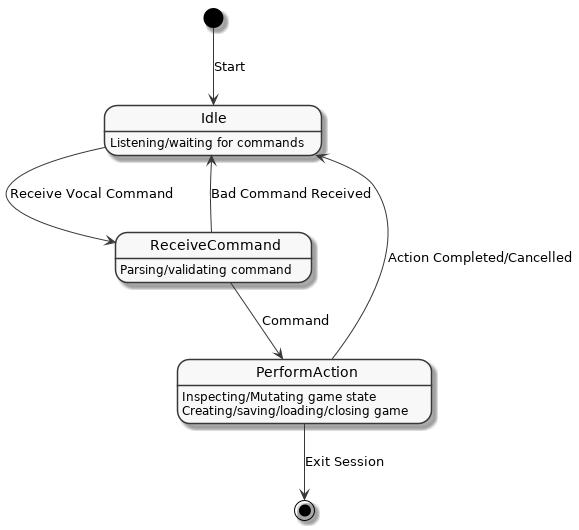
Before: session.png, a diagram exported from PlantUML (tvanslyke/accessible-chess-class-diagram). The source it was exported from:
```plantuml
@startuml

skinparam monochrome true

[*] --> Idle: Start

Idle --> ReceiveCommand: Receive Vocal Command

ReceiveCommand --> Idle: Bad Command Received


ReceiveCommand --> PerformAction: Command

PerformAction --> Idle: Action Completed/Cancelled

PerformAction --> [*]: Exit Session

Idle: Listening/waiting for commands

PerformAction: Inspecting/Mutating game state
PerformAction: Creating/saving/loading/closing game

ReceiveCommand: Parsing/validating command

@enduml
```
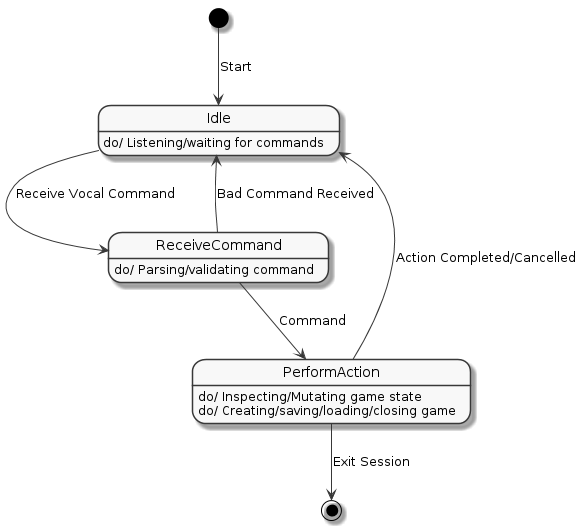
The same diagram one commit later.

Change to the diagram source:
```diff
@@ -15,11 +15,11 @@
 
 PerformAction --> [*]: Exit Session
 
-Idle: Listening/waiting for commands
+Idle: do/ Listening/waiting for commands
 
-PerformAction: Inspecting/Mutating game state
-PerformAction: Creating/saving/loading/closing game
+PerformAction: do/ Inspecting/Mutating game state
+PerformAction: do/ Creating/saving/loading/closing game
 
-ReceiveCommand: Parsing/validating command
+ReceiveCommand: do/ Parsing/validating command
 
 @enduml
```
